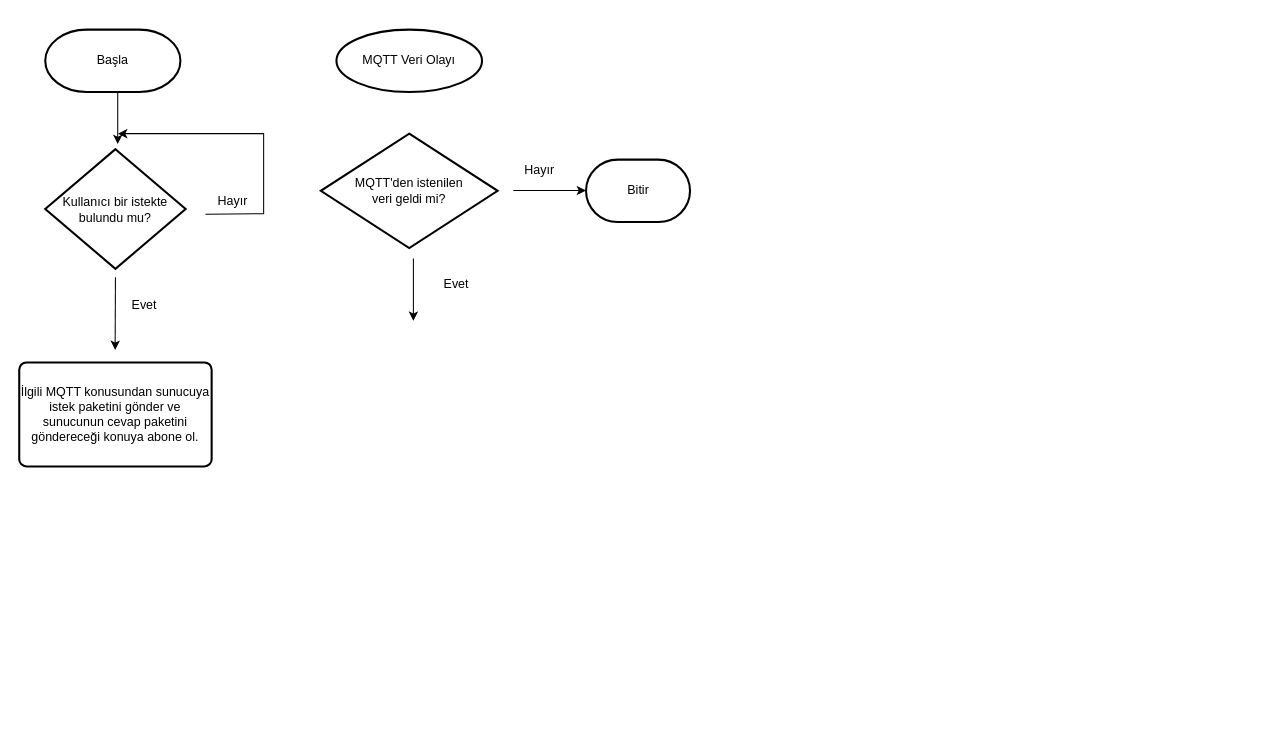
GDokmetas/pythonrolekontrol keeps this draw.io diagram as Untitled Diagram.drawio. Above is the earlier version. Source tidied: cells renumbered, new cells numbered last; positions are measured from the earlier drawing's top-left corner, leaving out a move shared by most shapes. Both pictures are drawn from the tidied source at 104%, with x=0, y=0 at pixel (19, 29).
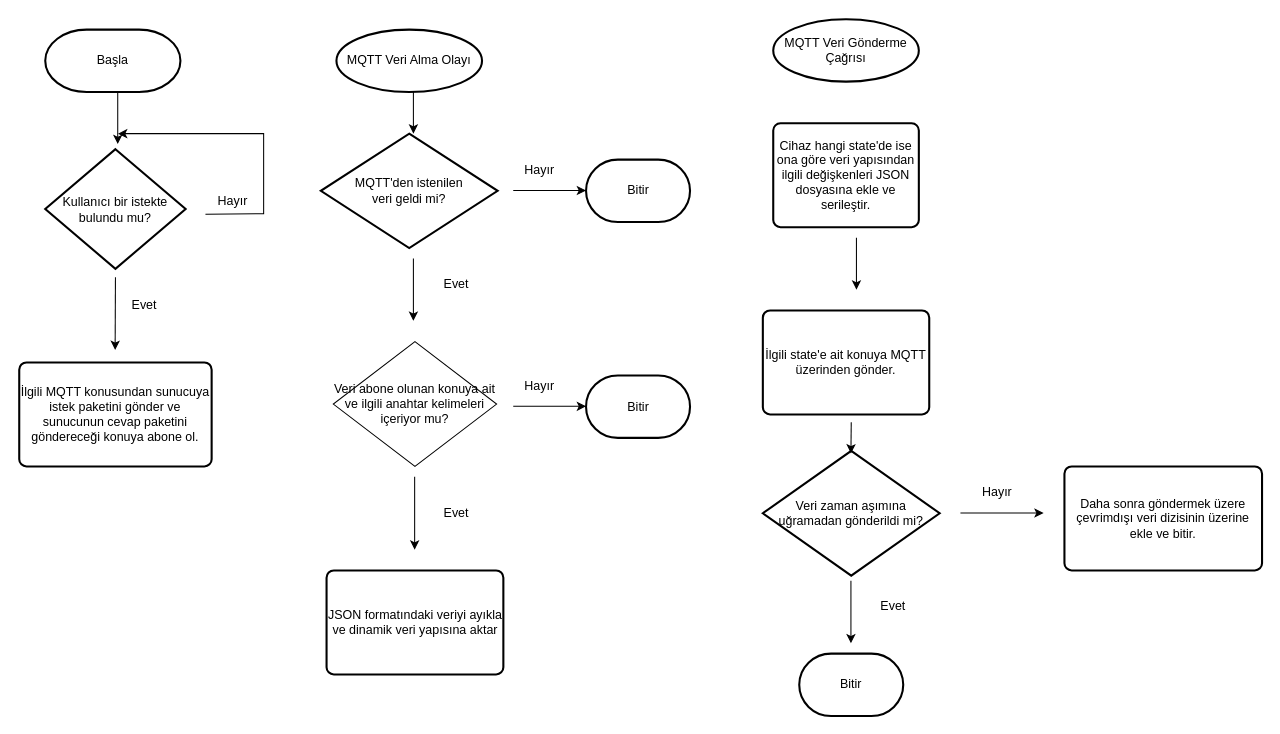
The same diagram, later.

What changed in the source:
```diff
@@
-    <mxCell id="10" value="MQTT Veri Olayı" style="strokeWidth=2;html=1;shape=mxgraph.flowchart.start_1;whiteSpace=wrap;" parent="1" vertex="1">
+    <mxCell id="10" value="MQTT Veri Alma Olayı" style="strokeWidth=2;html=1;shape=mxgraph.flowchart.start_1;whiteSpace=wrap;" parent="1" vertex="1">
       <mxGeometry x="305" width="140" height="60" as="geometry" />
     </mxCell>
@@
+    <mxCell id="18" value="Veri abone olunan konuya ait ve ilgili anahtar kelimeleri içeriyor mu?" style="rhombus;whiteSpace=wrap;html=1;" parent="1" vertex="1">
+      <mxGeometry x="302" y="300" width="157" height="120" as="geometry" />
+    </mxCell>
+    <mxCell id="19" style="strokeWidth=2;html=1;shape=mxgraph.flowchart.terminator;whiteSpace=wrap;" parent="1" vertex="1">
+      <mxGeometry x="545" y="332.5" width="100" height="60" as="geometry" />
+    </mxCell>
+    <mxCell id="20" style="endArrow=classic;html=1;rounded=0;" parent="1" edge="1">
+      <mxGeometry relative="1" as="geometry">
+        <mxPoint x="475" y="362.2" as="sourcePoint" />
+        <mxPoint x="545" y="362.2" as="targetPoint" />
+      </mxGeometry>
+    </mxCell>
+    <mxCell id="21" value="Bitir" style="text;html=1;align=center;verticalAlign=middle;strokeColor=none;fillColor=none;" parent="1" vertex="1">
+      <mxGeometry x="575" y="347.5" width="40" height="30" as="geometry" />
+    </mxCell>
+    <mxCell id="22" value="Hayır" style="text;html=1;align=center;verticalAlign=middle;strokeColor=none;fillColor=none;" parent="1" vertex="1">
+      <mxGeometry x="475" y="327.5" width="50" height="30" as="geometry" />
+    </mxCell>
+    <mxCell id="23" style="endArrow=classic;html=1;rounded=0;" parent="1" edge="1">
+      <mxGeometry relative="1" as="geometry">
+        <mxPoint x="380.2" y="430" as="sourcePoint" />
+        <mxPoint x="380.2" y="500" as="targetPoint" />
+      </mxGeometry>
+    </mxCell>
+    <mxCell id="24" value="JSON formatındaki veriyi ayıkla ve dinamik veri yapısına aktar" style="rounded=1;whiteSpace=wrap;html=1;absoluteArcSize=1;arcSize=14;strokeWidth=2;" parent="1" vertex="1">
+      <mxGeometry x="295.5" y="520" width="170" height="100" as="geometry" />
+    </mxCell>
+    <mxCell id="25" value="Evet" style="text;html=1;align=center;verticalAlign=middle;strokeColor=none;fillColor=none;" parent="1" vertex="1">
+      <mxGeometry x="395" y="450" width="50" height="30" as="geometry" />
+    </mxCell>
+    <mxCell id="26" style="endArrow=classic;html=1;rounded=0;" parent="1" edge="1">
+      <mxGeometry relative="1" as="geometry">
+        <mxPoint x="379" y="60" as="sourcePoint" />
+        <mxPoint x="379" y="100" as="targetPoint" />
+      </mxGeometry>
+    </mxCell>
+    <mxCell id="27" value="MQTT Veri Gönderme Çağrısı" style="strokeWidth=2;html=1;shape=mxgraph.flowchart.start_1;whiteSpace=wrap;" parent="1" vertex="1">
+      <mxGeometry x="725" y="-10" width="140" height="60" as="geometry" />
+    </mxCell>
+    <mxCell id="28" value="Cihaz hangi state'de ise&lt;br&gt;ona göre veri yapısından&lt;br&gt;ilgili değişkenleri JSON dosyasına ekle ve serileştir." style="rounded=1;whiteSpace=wrap;html=1;absoluteArcSize=1;arcSize=14;strokeWidth=2;" parent="1" vertex="1">
+      <mxGeometry x="725" y="90" width="140" height="100" as="geometry" />
+    </mxCell>
+    <mxCell id="29" style="endArrow=classic;html=1;rounded=0;" parent="1" edge="1">
+      <mxGeometry relative="1" as="geometry">
+        <mxPoint x="805" y="200" as="sourcePoint" />
+        <mxPoint x="805" y="250" as="targetPoint" />
+      </mxGeometry>
+    </mxCell>
+    <mxCell id="30" value="İlgili state'e ait konuya MQTT üzerinden gönder." style="rounded=1;whiteSpace=wrap;html=1;absoluteArcSize=1;arcSize=14;strokeWidth=2;" parent="1" vertex="1">
+      <mxGeometry x="715" y="270" width="160" height="100" as="geometry" />
+    </mxCell>
+    <mxCell id="31" style="endArrow=classic;html=1;rounded=0;" parent="1" edge="1">
+      <mxGeometry relative="1" as="geometry">
+        <mxPoint x="799.7" y="530" as="sourcePoint" />
+        <mxPoint x="799.7" y="590" as="targetPoint" />
+      </mxGeometry>
+    </mxCell>
+    <mxCell id="32" value="Veri zaman aşımına uğramadan gönderildi mi?" style="strokeWidth=2;html=1;shape=mxgraph.flowchart.decision;whiteSpace=wrap;" parent="1" vertex="1">
+      <mxGeometry x="715" y="405" width="170" height="120" as="geometry" />
+    </mxCell>
+    <mxCell id="33" style="endArrow=classic;html=1;rounded=0;" parent="1" edge="1">
+      <mxGeometry relative="1" as="geometry">
+        <mxPoint x="800" y="377.5" as="sourcePoint" />
+        <mxPoint x="799.7" y="407.5" as="targetPoint" />
+      </mxGeometry>
+    </mxCell>
+    <mxCell id="34" value="Evet" style="text;html=1;align=center;verticalAlign=middle;strokeColor=none;fillColor=none;" parent="1" vertex="1">
+      <mxGeometry x="815" y="540" width="50" height="30" as="geometry" />
+    </mxCell>
+    <mxCell id="35" style="endArrow=classic;html=1;rounded=0;" parent="1" edge="1">
+      <mxGeometry relative="1" as="geometry">
+        <mxPoint x="905" y="464.7" as="sourcePoint" />
+        <mxPoint x="985" y="464.7" as="targetPoint" />
+      </mxGeometry>
+    </mxCell>
+    <mxCell id="36" value="Hayır" style="text;html=1;align=center;verticalAlign=middle;strokeColor=none;fillColor=none;" parent="1" vertex="1">
+      <mxGeometry x="915" y="430" width="50" height="30" as="geometry" />
+    </mxCell>
+    <mxCell id="37" value="Daha sonra göndermek üzere çevrimdışı veri dizisinin üzerine ekle ve bitir." style="rounded=1;whiteSpace=wrap;html=1;absoluteArcSize=1;arcSize=14;strokeWidth=2;" parent="1" vertex="1">
+      <mxGeometry x="1005" y="420" width="190" height="100" as="geometry" />
+    </mxCell>
+    <mxCell id="38" value="Bitir" style="strokeWidth=2;html=1;shape=mxgraph.flowchart.terminator;whiteSpace=wrap;" parent="1" vertex="1">
+      <mxGeometry x="750" y="600" width="100" height="60" as="geometry" />
+    </mxCell>
```
